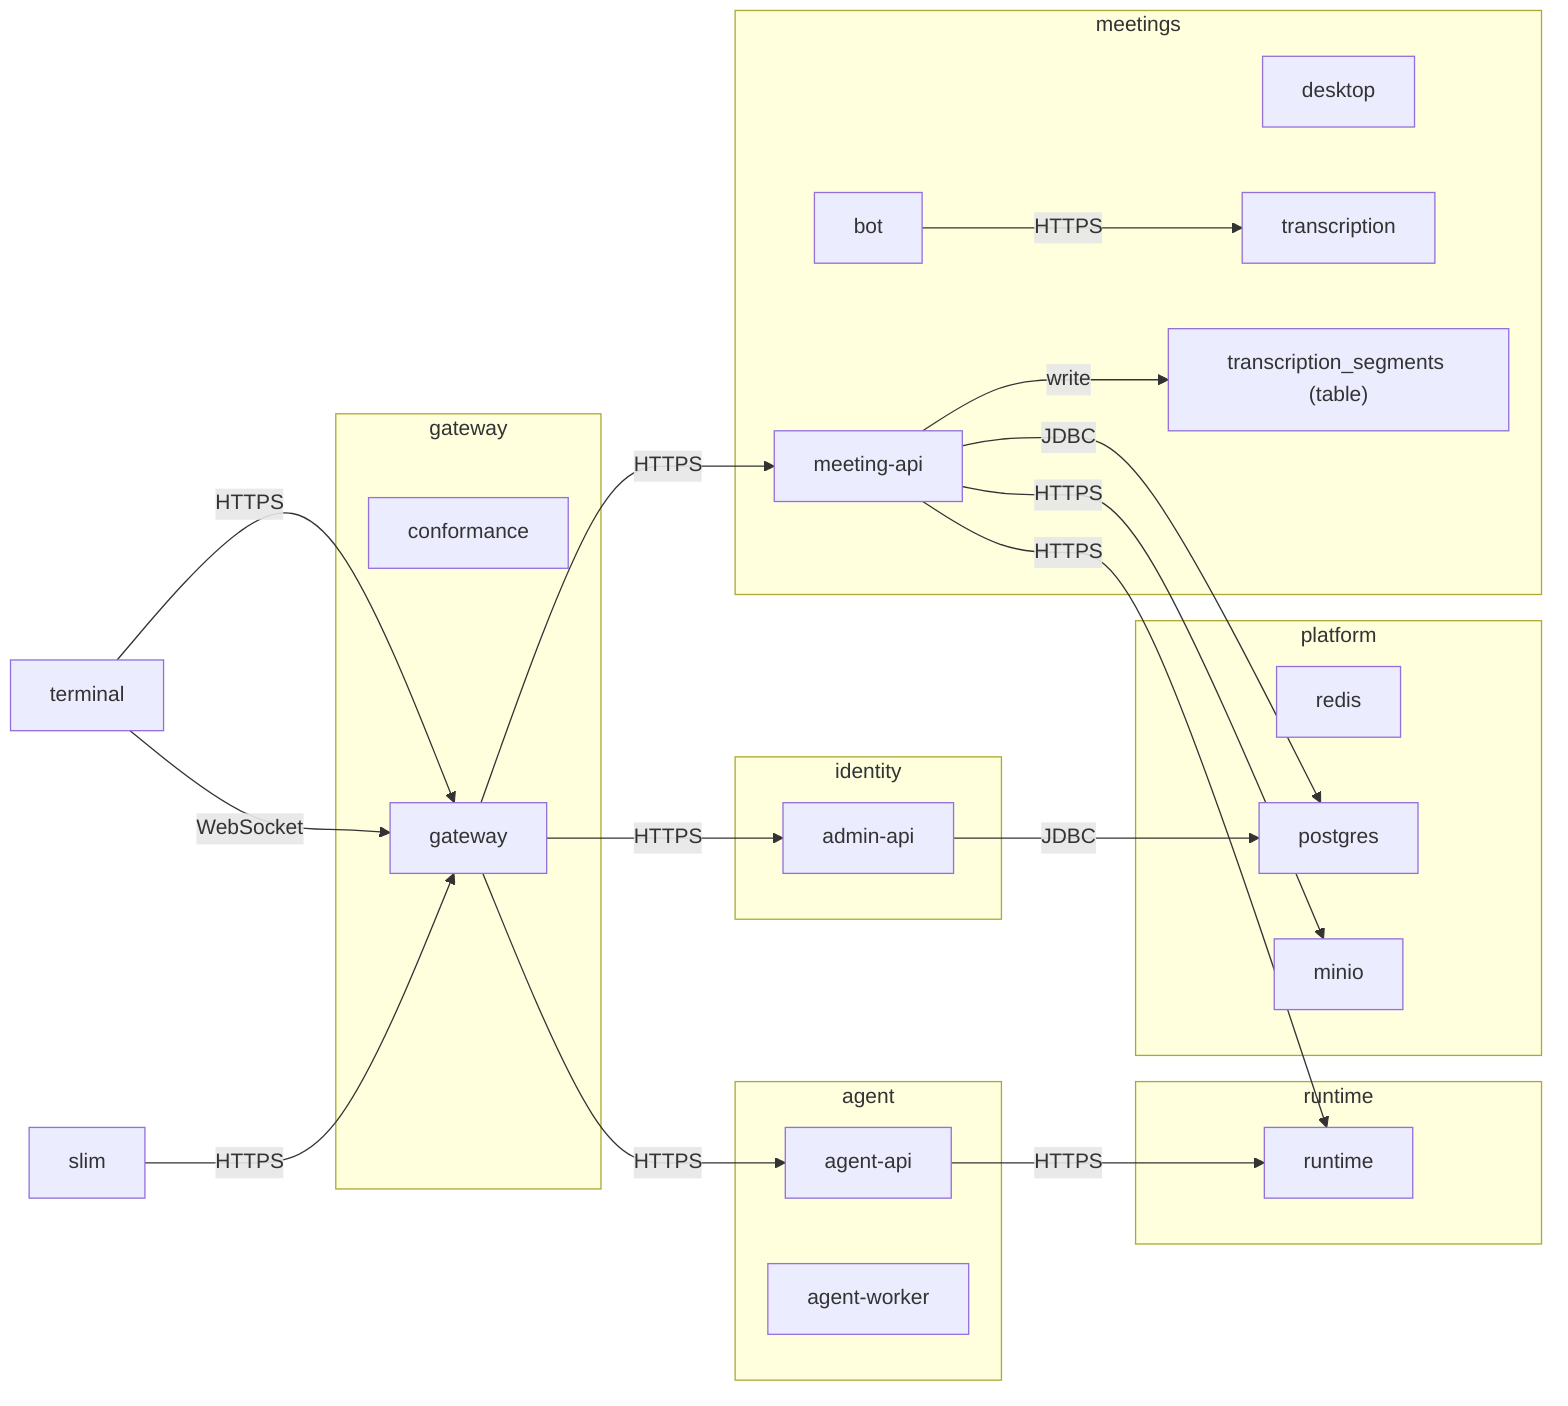
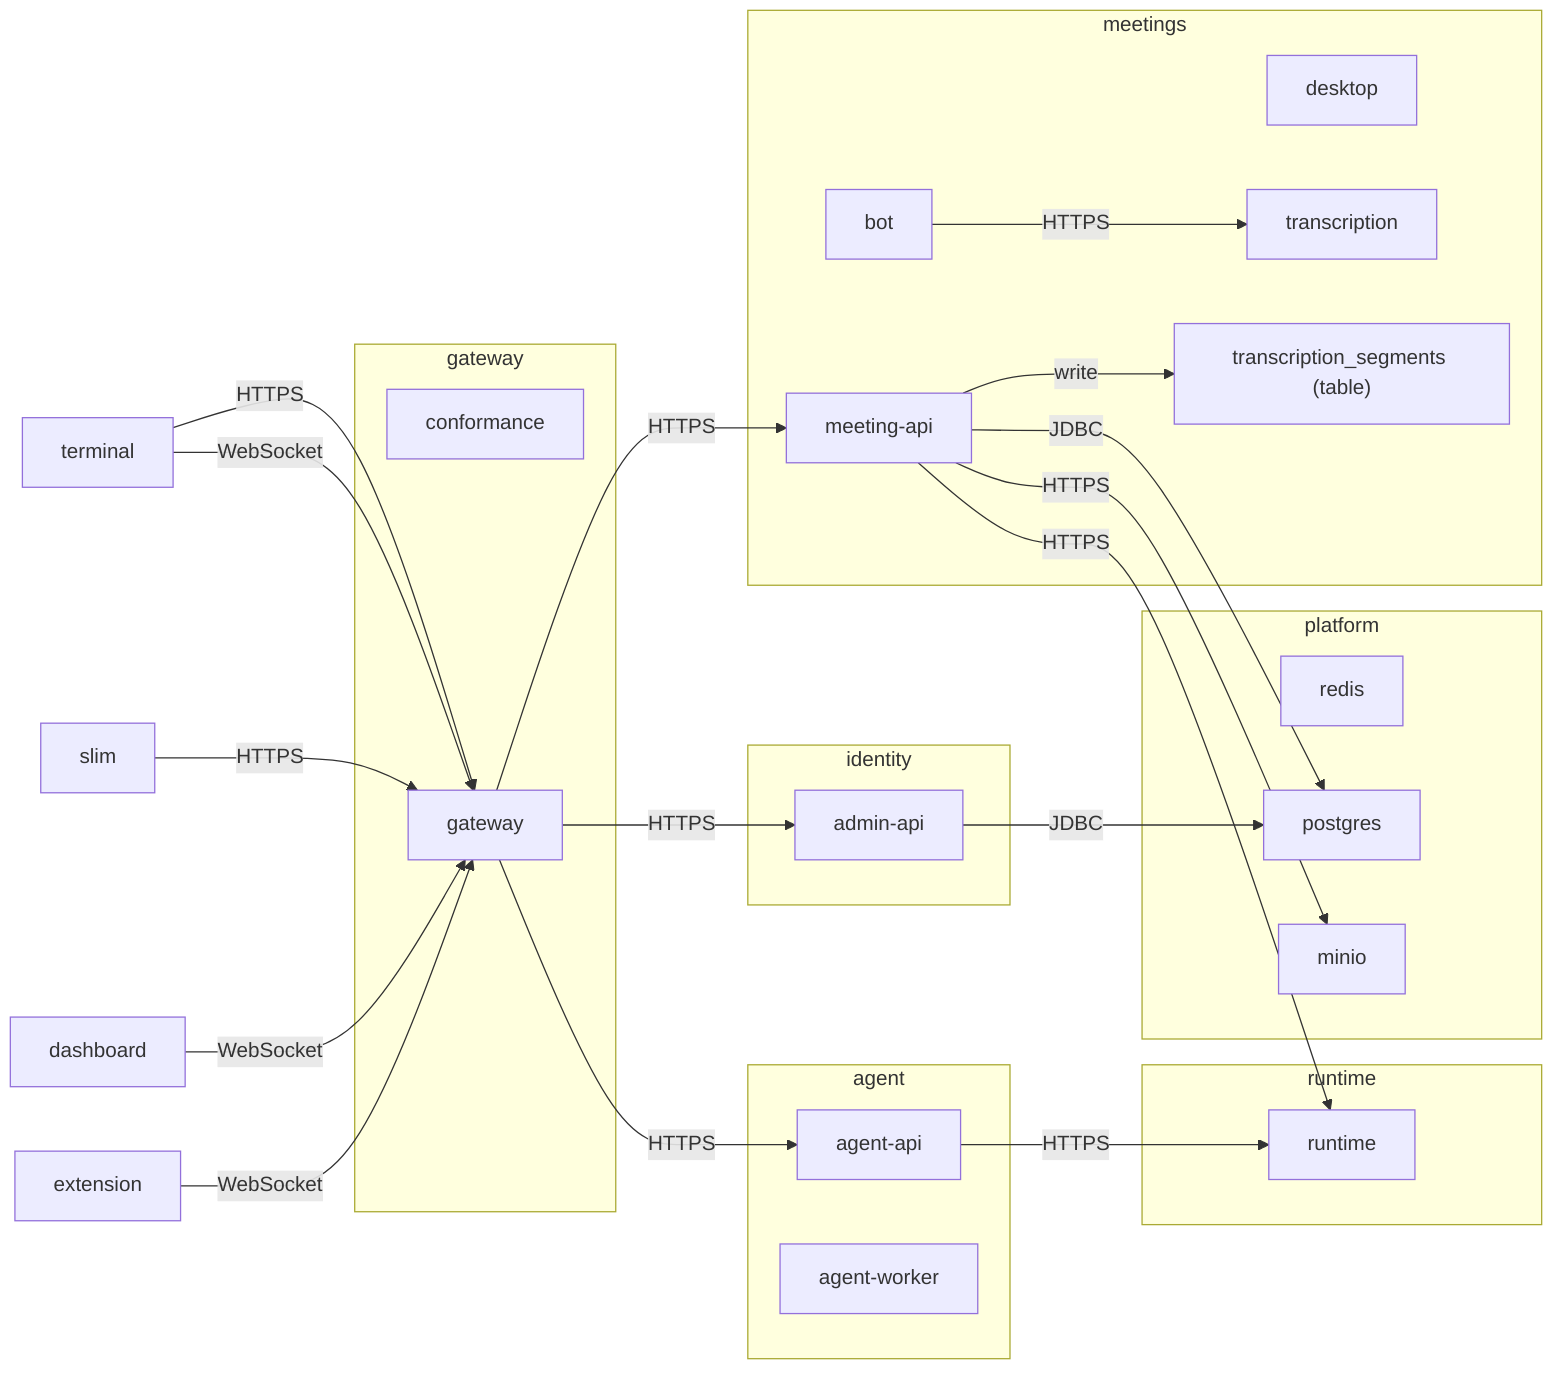
%% GENERATED — pnpm arch:dsl --write
flowchart LR
  subgraph meetings["meetings"]
    bot["bot"]
    desktop["desktop"]
    meeting_api["meeting-api"]
    transcription["transcription"]
    segments_table["transcription_segments (table)"]
  end
  subgraph agent["agent"]
    agent_api["agent-api"]
    agent_worker["agent-worker"]
  end
  subgraph gateway_system["gateway"]
    conformance["conformance"]
    gateway["gateway"]
  end
  subgraph identity["identity"]
    admin_api["admin-api"]
  end
  subgraph runtime_system["runtime"]
    runtime["runtime"]
  end
  subgraph platform["platform"]
    redis["redis"]
    postgres["postgres"]
    minio["minio"]
  end
  slim["slim"]
+   dashboard["dashboard"]
+   extension["extension"]
  terminal["terminal"]
  meeting_api -->|"write"| segments_table
  bot -->|"HTTPS"| transcription
  meeting_api -->|"JDBC"| postgres
  meeting_api -->|"HTTPS"| minio
  meeting_api -->|"HTTPS"| runtime
  agent_api -->|"HTTPS"| runtime
  gateway -->|"HTTPS"| meeting_api
  gateway -->|"HTTPS"| agent_api
  gateway -->|"HTTPS"| admin_api
  admin_api -->|"JDBC"| postgres
  terminal -->|"HTTPS"| gateway
  terminal -->|"WebSocket"| gateway
  slim -->|"HTTPS"| gateway
+   dashboard -->|"WebSocket"| gateway
+   extension -->|"WebSocket"| gateway
